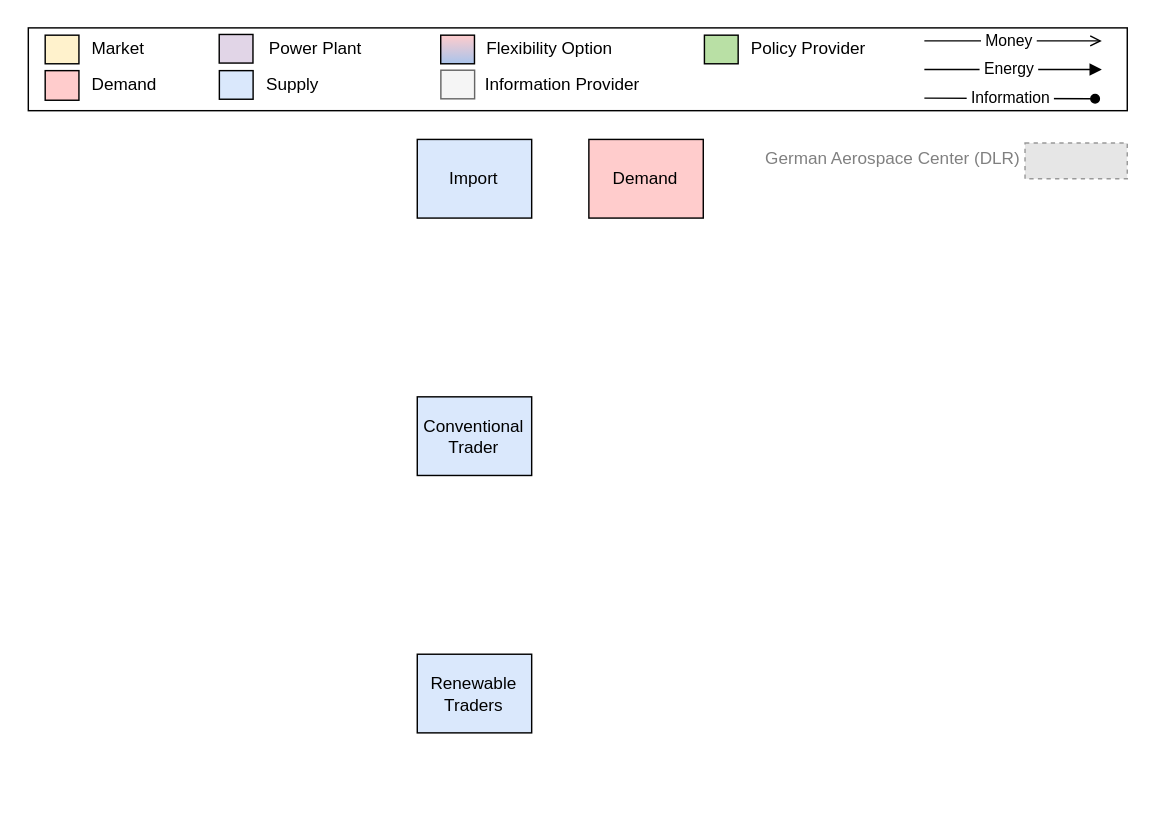
The draw.io diagram page "Traders" (4 of 9) of docs/uploads/AMIRIS_Model_v4.1.drawio in dlr-ve-esy/amiris, before the edit. Source tidied: cells renumbered, new cells numbered last; positions are measured from the earlier drawing's top-left corner, leaving out a move shared by most shapes. Both pictures are drawn from the tidied source at 143%, with x=0, y=0 at pixel (24, 24). Pictures stored in the file or linked from it are replaced by grey dashed boxes.
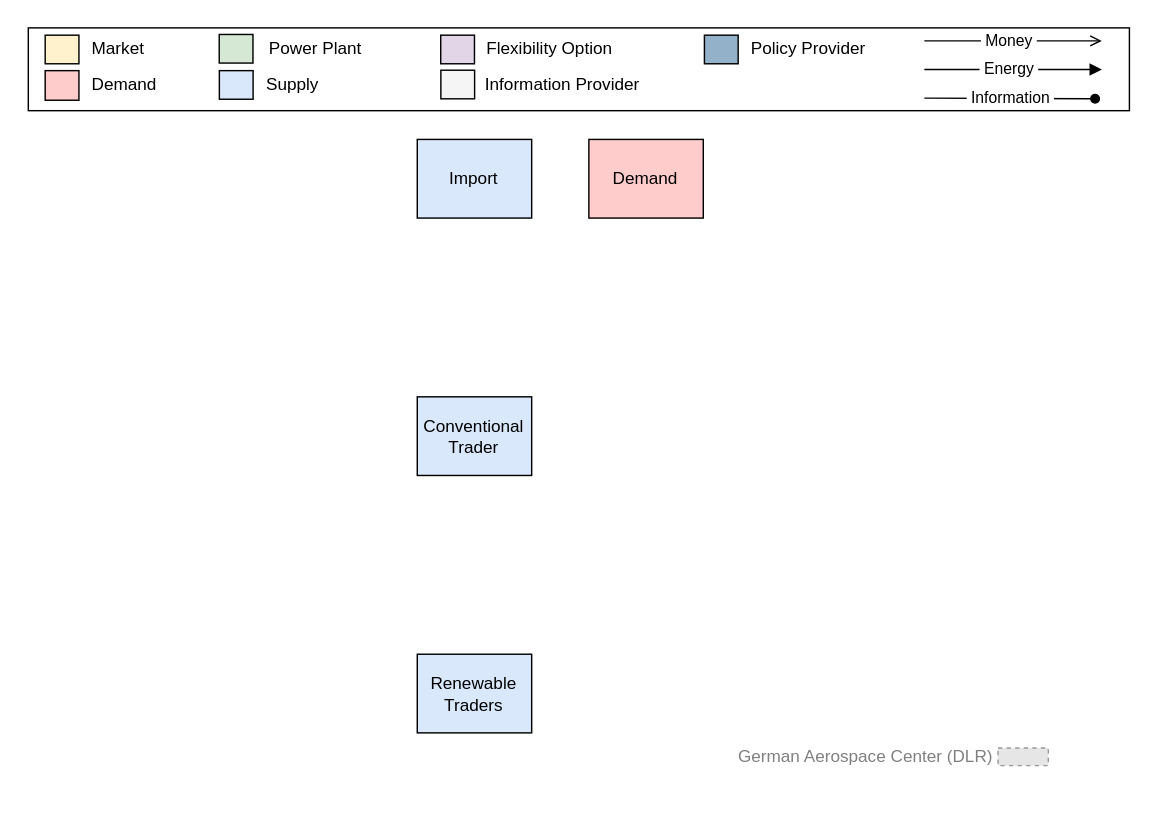
After the change.

The change refers to these unchanged cells:
```xml
<mxCell id="13" style="group;" parent="1" vertex="1">
  <mxGeometry x="138.2" y="6.6" width="125.3" height="20" as="geometry" />
</mxCell>
<mxCell id="22" style="group;" parent="1" vertex="1">
  <mxGeometry x="290.7" y="7.1" width="172.6" height="25" as="geometry" />
</mxCell>
<mxCell id="25" style="group;" parent="1" vertex="1">
  <mxGeometry x="289.6" y="26.6" width="184.4" height="20" as="geometry" />
</mxCell>
<mxCell id="33" style="group;" parent="1" vertex="1">
  <mxGeometry x="438.5" y="4.6" width="184.4" height="25" as="geometry" />
</mxCell>
```

Diff of the diagram source:
```diff
@@
-    <mxCell id="2" style="rounded=0;whiteSpace=wrap;html=1;strokeWidth=1;align=center;strokeColor=none;" parent="1" vertex="1">
-      <mxGeometry width="773" height="535" as="geometry" />
-    </mxCell>
@@
-    <mxCell id="7" style="fillColor=#E6E6E6;strokeColor=#999999;dashed=1;verticalLabelPosition=bottom;labelBackgroundColor=default;verticalAlign=top;" parent="1" vertex="1">
-      <mxGeometry x="699.3" y="82.5" width="71.5" height="25" as="geometry" />
-    </mxCell>
-    <mxCell id="8" value="German Aerospace Center (DLR)" style="text;whiteSpace=wrap;html=1;fontSize=12;fontColor=#808080;" parent="1" vertex="1">
-      <mxGeometry x="516.3" y="80" width="190" height="30" as="geometry" />
-    </mxCell>
-    <mxCell id="9" style="rounded=0;whiteSpace=wrap;html=1;fillColor=default;" parent="1" vertex="1">
-      <mxGeometry x="2.3" y="2" width="768.5" height="57.9" as="geometry" />
-    </mxCell>
+    <mxCell id="36" style="rounded=0;whiteSpace=wrap;html=1;fillColor=default;" parent="1" vertex="1">
+      <mxGeometry x="2.3" y="2" width="770" height="57.9" as="geometry" />
+    </mxCell>
@@
-    <mxCell id="14" style="rounded=0;whiteSpace=wrap;html=1;align=center;fillColor=#e1d5e7;strokeColor=#000000;strokeWidth=1;" parent="13" vertex="1">
-      <mxGeometry x="-2.4" width="23.6" height="20" as="geometry" />
-    </mxCell>
+    <mxCell id="37" style="rounded=0;whiteSpace=wrap;html=1;align=center;fillColor=#d5e8d4;strokeColor=light-dark(#000000,#000000);strokeWidth=1;" parent="13" vertex="1">
+      <mxGeometry x="-2.4" width="23.6" height="20" as="geometry" />
+    </mxCell>
@@
-    <mxCell id="23" style="rounded=0;whiteSpace=wrap;html=1;align=center;fillColor=#ffcccc;strokeColor=#000000;strokeWidth=1;gradientColor=#A9C4EB;" parent="22" vertex="1">
-      <mxGeometry width="23.6" height="20" as="geometry" />
-    </mxCell>
+    <mxCell id="38" style="rounded=0;whiteSpace=wrap;html=1;align=center;fillColor=#E1D5E7;strokeColor=#000000;strokeWidth=1;" parent="22" vertex="1">
+      <mxGeometry width="23.6" height="20" as="geometry" />
+    </mxCell>
@@
-    <mxCell id="26" style="rounded=0;whiteSpace=wrap;html=1;align=center;fillColor=#f5f5f5;strokeColor=#666666;fontColor=#333333;strokeWidth=1;" parent="25" vertex="1">
-      <mxGeometry x="1.2" y="5" width="23.6" height="20" as="geometry" />
-    </mxCell>
+    <mxCell id="39" style="rounded=0;whiteSpace=wrap;html=1;align=center;fillColor=#f5f5f5;strokeColor=#000000;fontColor=#333333;strokeWidth=1;" parent="25" vertex="1">
+      <mxGeometry x="1.2" y="5" width="23.6" height="20" as="geometry" />
+    </mxCell>
@@
-    <mxCell id="34" style="rounded=0;whiteSpace=wrap;html=1;align=center;fillColor=#B9E0A5;strokeColor=#000000;fontColor=#ffffff;strokeWidth=1;" parent="33" vertex="1">
-      <mxGeometry x="36.6" y="2.5" width="23.6" height="20" as="geometry" />
-    </mxCell>
+    <mxCell id="40" style="rounded=0;whiteSpace=wrap;html=1;align=center;strokeWidth=1;fillStyle=solid;fillColor=#93B2CA;strokeColor=#000000;" parent="33" vertex="1">
+      <mxGeometry x="36.6" y="2.5" width="23.6" height="20" as="geometry" />
+    </mxCell>
@@
+    <mxCell id="8" value="German Aerospace Center (DLR)" style="text;whiteSpace=wrap;html=1;fontSize=12;fontColor=#808080;" parent="1" vertex="1">
+      <mxGeometry x="496.6" y="497.9" width="189.8" height="22.1" as="geometry" />
+    </mxCell>
+    <mxCell id="41" style="fillColor=#E6E6E6;strokeColor=#999999;dashed=1;verticalLabelPosition=bottom;labelBackgroundColor=default;verticalAlign=top;" parent="1" vertex="1">
+      <mxGeometry x="680.4" y="505.6" width="35.2" height="12.3" as="geometry" />
+    </mxCell>
```
